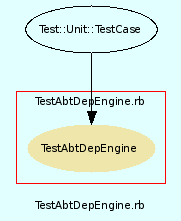
Before: src/trunk/doc/dot/f_9.png, a diagram exported from Graphviz (eschabell/abtlinux). Its source is kept beside it as src/trunk/doc/dot/f_9.dot.
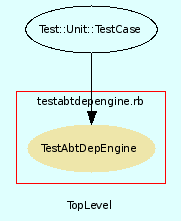
After the change.

The edit, as a diff of the source:
```diff
@@ -3,7 +3,7 @@
     bgcolor = lightcyan1
     fontname = Arial
     fontsize = 8
-    label = "TestAbtDepEngine.rb"
+    label = "TopLevel"
     node [
         fontname = Arial,
         fontsize = 8,
@@ -13,7 +13,7 @@
     subgraph cluster_10 {
         fontname = Arial
         color = red
-        label = "TestAbtDepEngine.rb"
+        label = "testabtdepengine.rb"
         TestAbtDepEngine [
             fontcolor = black,
             URL = "classes/TestAbtDepEngine.html",
```
